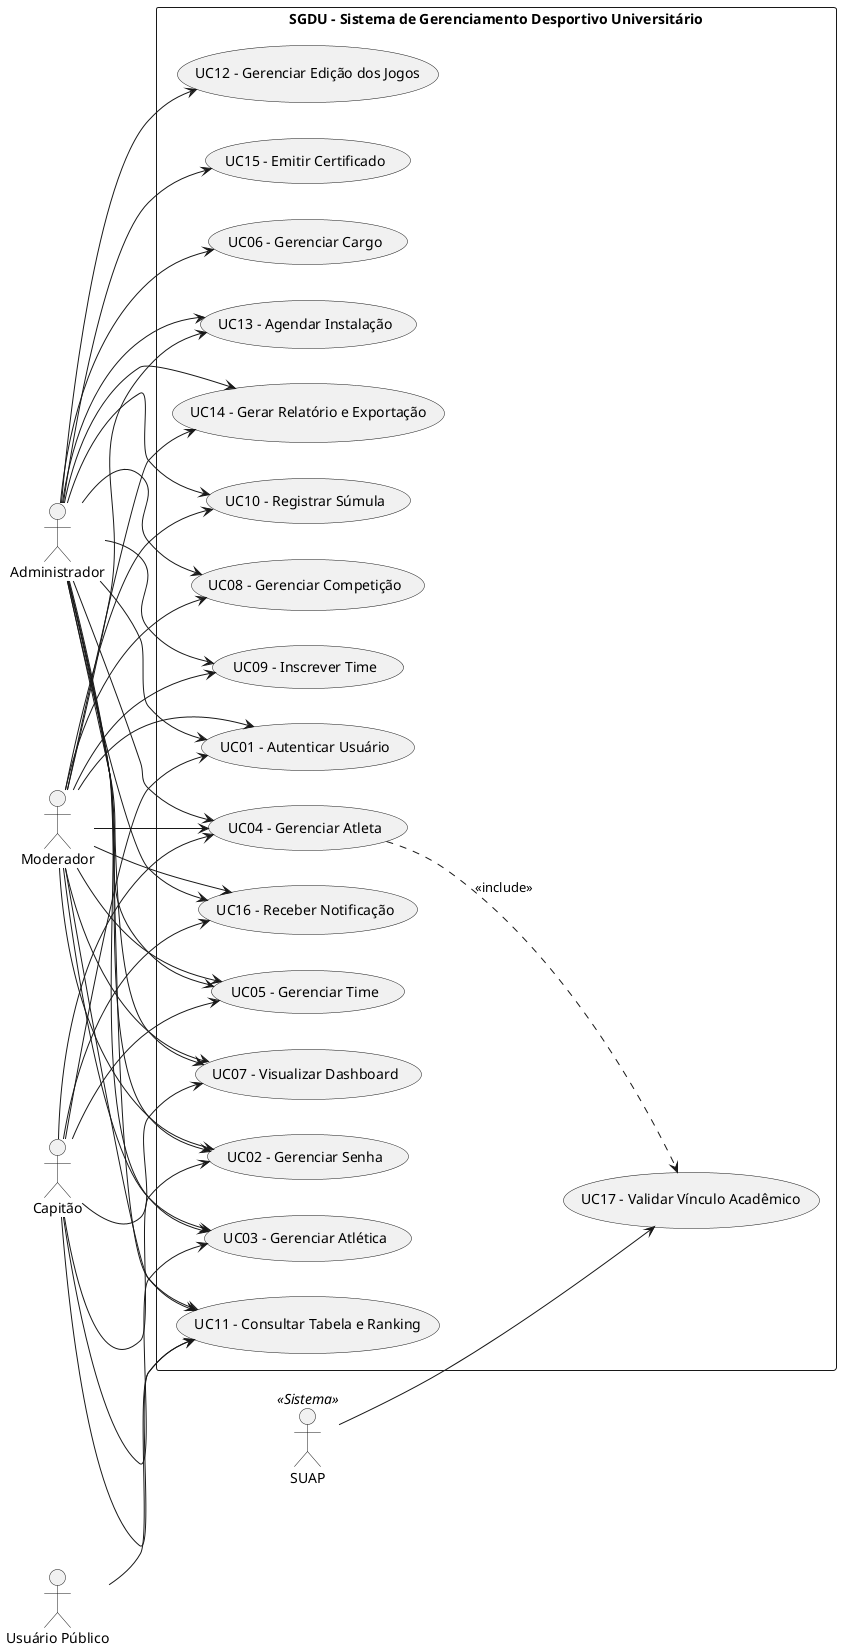
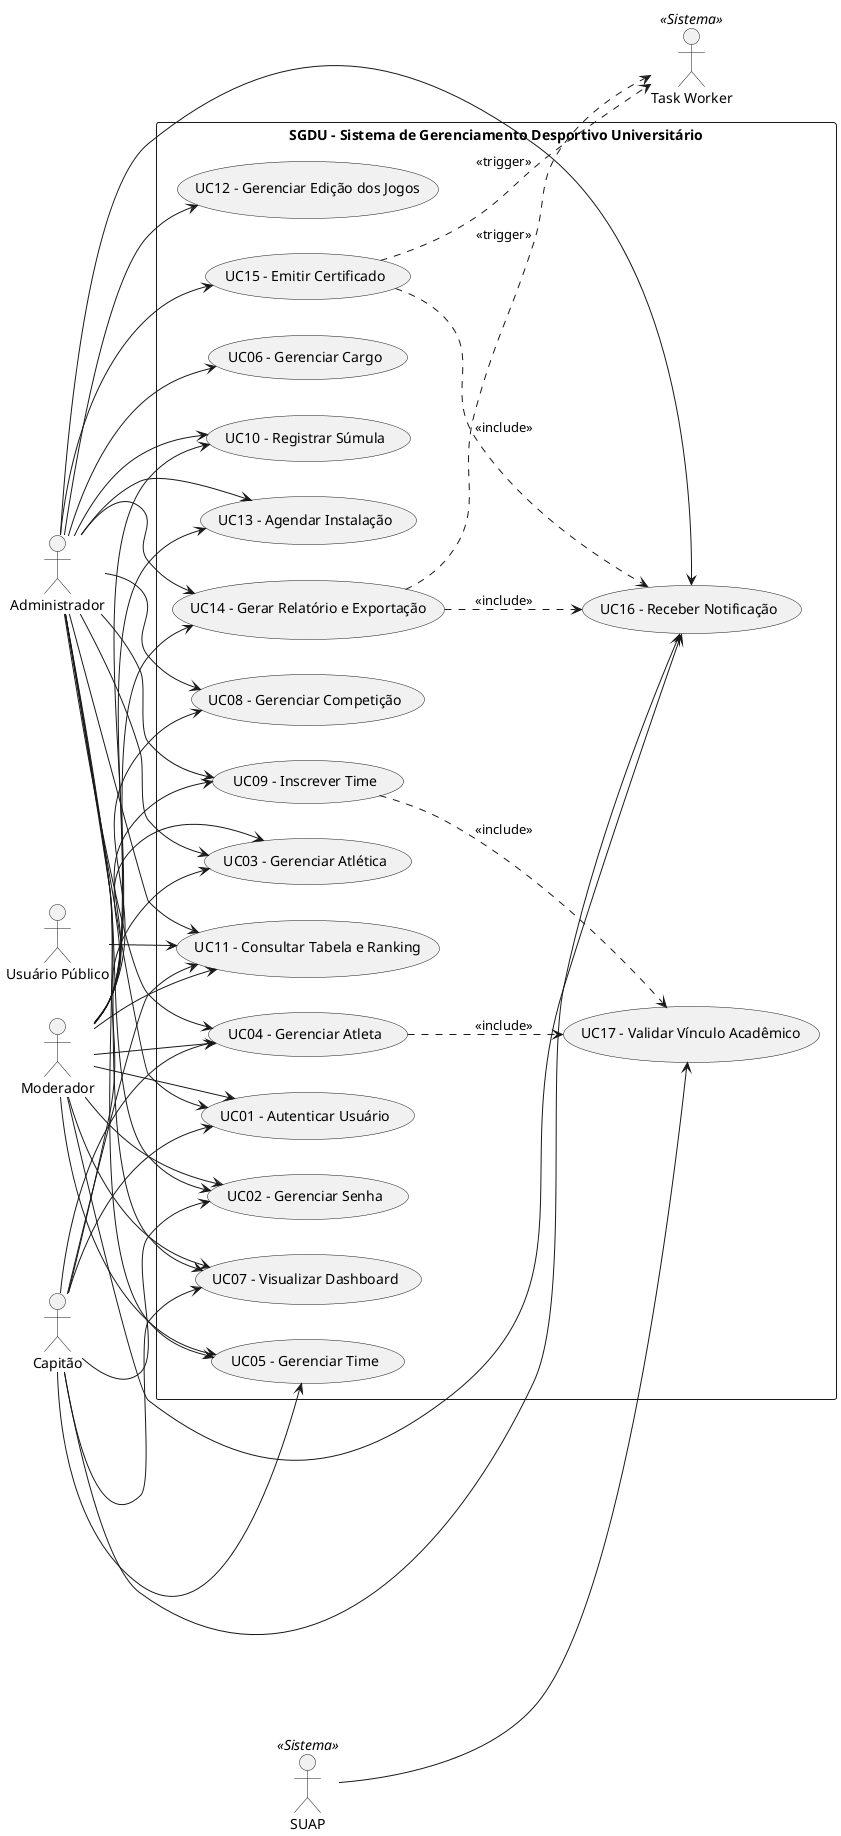
@startuml
left to right direction
skinparam packageStyle rectangle

actor "Administrador" as Admin
actor "Moderador" as Mod
actor "Capitão" as Cap
actor "Usuário Público" as Pub
actor "SUAP" as Suap <<Sistema>>
+ actor "Task Worker" as Worker <<Sistema>>

rectangle "SGDU - Sistema de Gerenciamento Desportivo Universitário" {
  usecase "UC01 - Autenticar Usuário" as UC01
  usecase "UC02 - Gerenciar Senha" as UC02
  usecase "UC03 - Gerenciar Atlética" as UC03
  usecase "UC04 - Gerenciar Atleta" as UC04
  usecase "UC05 - Gerenciar Time" as UC05
  usecase "UC06 - Gerenciar Cargo" as UC06
  usecase "UC07 - Visualizar Dashboard" as UC07
  usecase "UC08 - Gerenciar Competição" as UC08
  usecase "UC09 - Inscrever Time" as UC09
  usecase "UC10 - Registrar Súmula" as UC10
  usecase "UC11 - Consultar Tabela e Ranking" as UC11
  usecase "UC12 - Gerenciar Edição dos Jogos" as UC12
  usecase "UC13 - Agendar Instalação" as UC13
  usecase "UC14 - Gerar Relatório e Exportação" as UC14
  usecase "UC15 - Emitir Certificado" as UC15
  usecase "UC16 - Receber Notificação" as UC16
  usecase "UC17 - Validar Vínculo Acadêmico" as UC17
}

Admin --> UC01
Mod --> UC01
Cap --> UC01

Admin --> UC02
Mod --> UC02
Cap --> UC02

Admin --> UC03
Mod --> UC03
Cap --> UC03

Admin --> UC04
Mod --> UC04
Cap --> UC04

Admin --> UC05
Mod --> UC05
Cap --> UC05

Admin --> UC06
Admin --> UC07
Mod --> UC07
Cap --> UC07

Admin --> UC08
Mod --> UC08

Admin --> UC09
Mod --> UC09

Admin --> UC10
Mod --> UC10

Admin --> UC11
Mod --> UC11
Cap --> UC11
Pub --> UC11

Admin --> UC12

Admin --> UC13
Mod --> UC13

Admin --> UC14
Mod --> UC14

Admin --> UC15

Admin --> UC16
Mod --> UC16
Cap --> UC16

+ UC14 ..> Worker : <<trigger>>
+ UC15 ..> Worker : <<trigger>>
+ 
UC04 ..> UC17 : <<include>>
+ UC09 ..> UC17 : <<include>>
+ UC14 ..> UC16 : <<include>>
+ UC15 ..> UC16 : <<include>>
Suap --> UC17
@enduml